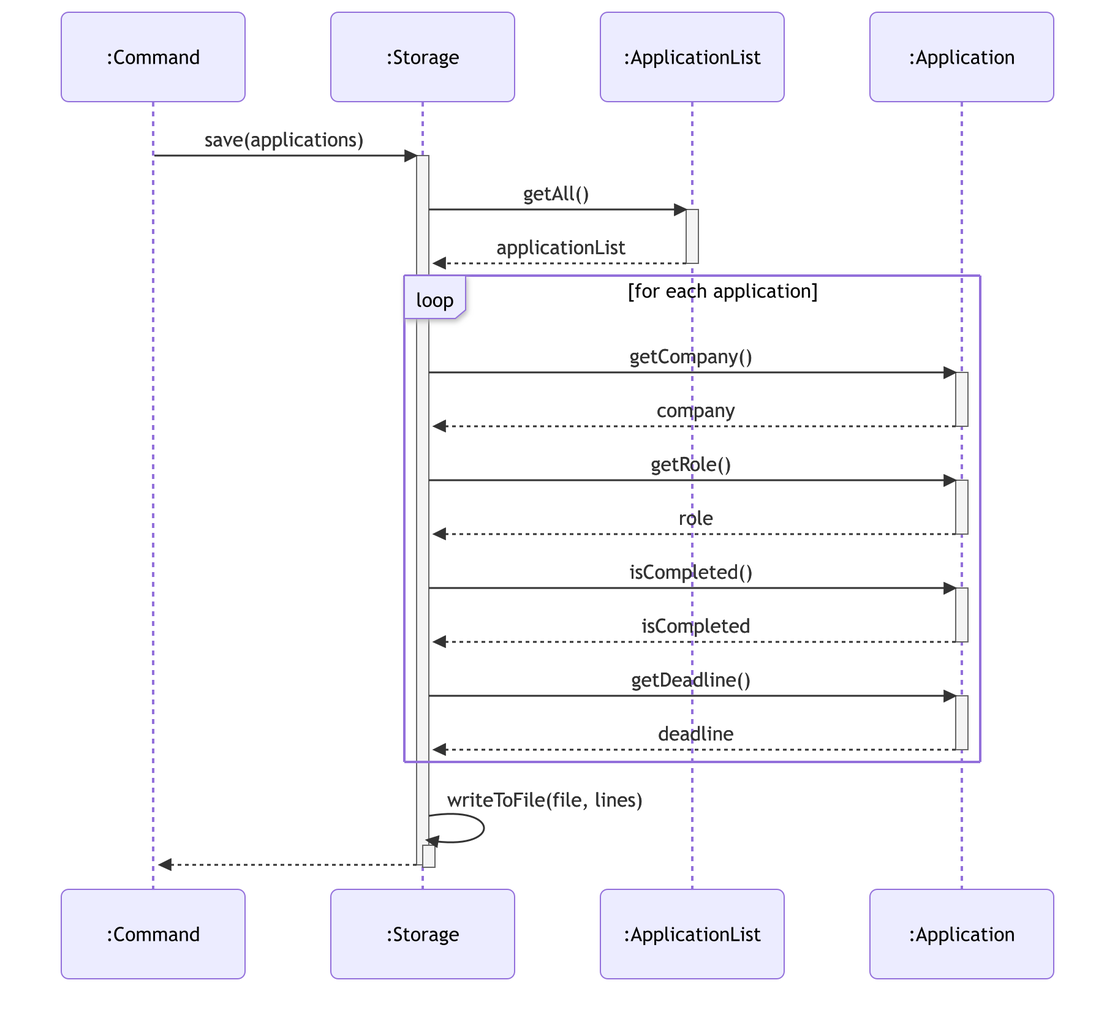
Before: docs/diagrams/storage-save-sequence.png, a diagram exported from Mermaid (AY2627S1-CS2113-T10-2/tp). Its source is kept beside it as docs/diagrams/sources/storage-save-sequence.mmd.
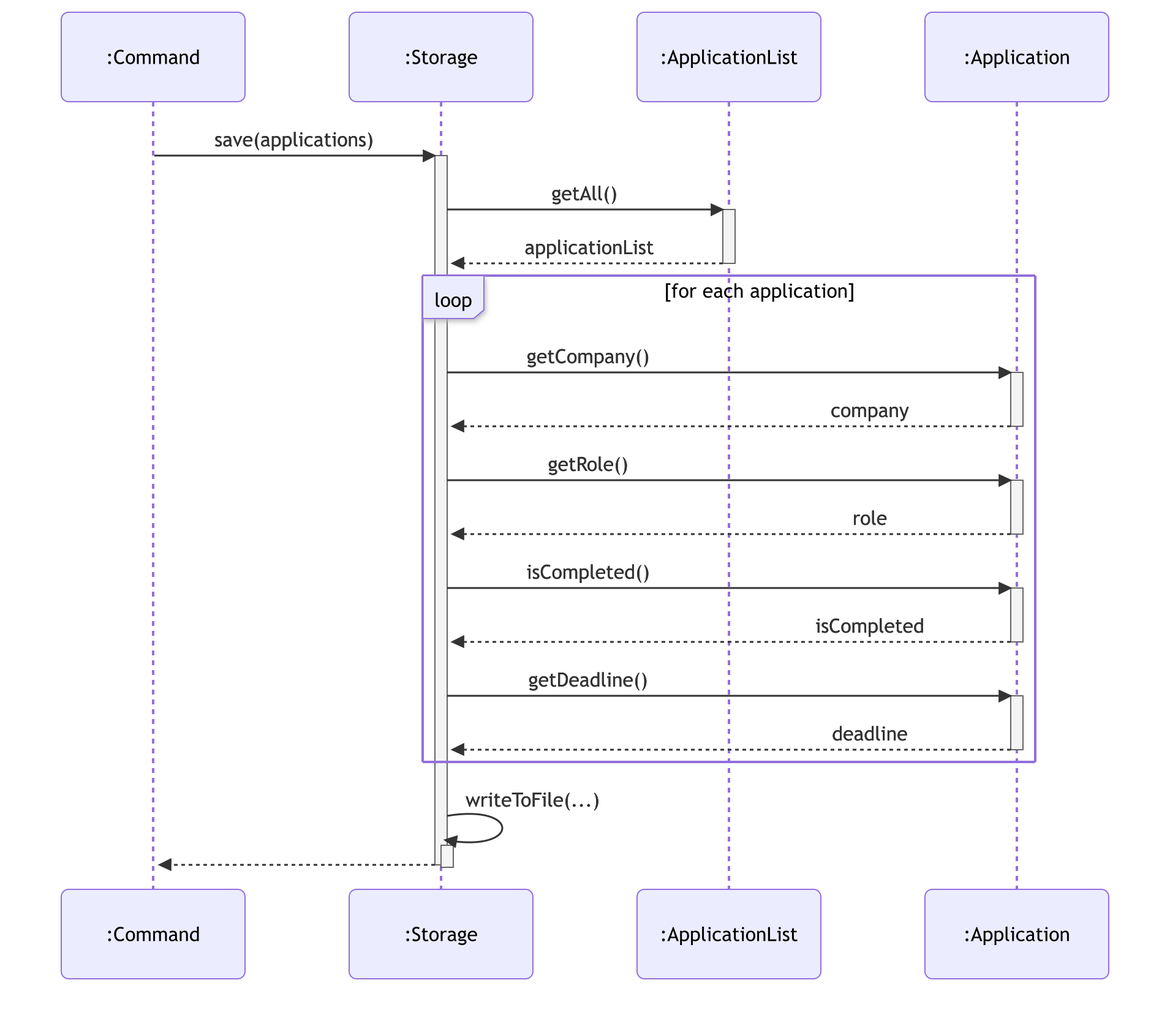
The same file after the commit.

The edit, as a diff of the source:
```diff
@@ -1,4 +1,4 @@
-%%{init: {'theme': 'default', 'sequence': {'actorMargin': 70, 'messageMargin': 45}}}%%
+%%{init: {'theme': 'default', 'sequence': {'actorMargin': 85, 'messageMargin': 45}}}%%
 sequenceDiagram
     participant cmd as :Command
     participant storage as :Storage
@@ -31,7 +31,7 @@
         deactivate app
     end
 
-    storage->>storage: writeToFile(file, lines)
+    storage->>storage: writeToFile(...)
     activate storage
     deactivate storage
 
```
